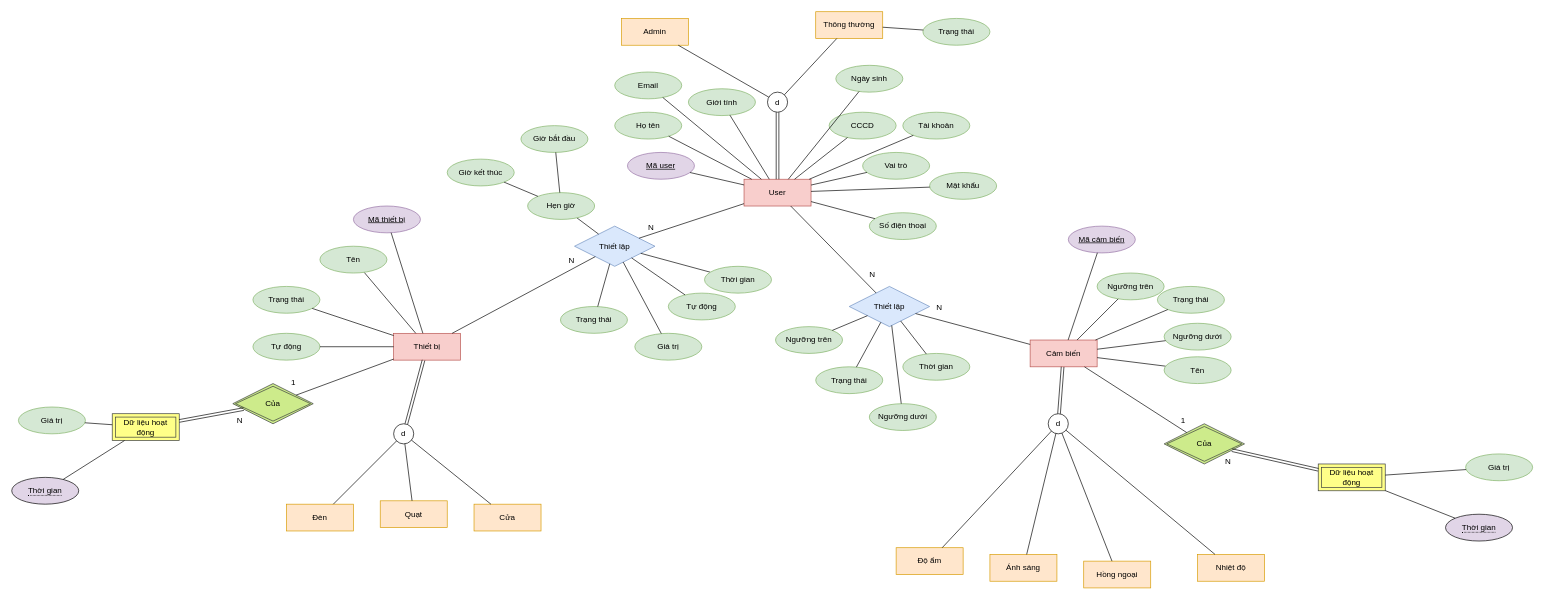
The draw.io diagram page "Main" (1 of 2) of Week 3/ERD.drawio in astr0tas/Smart-Home-CNPM, before the edit. Source tidied: cells renumbered, new cells numbered last; positions are measured from the earlier drawing's top-left corner, leaving out a move shared by most shapes. Both pictures are drawn from the tidied source at 67%, with x=0, y=0 at pixel (11, 11).
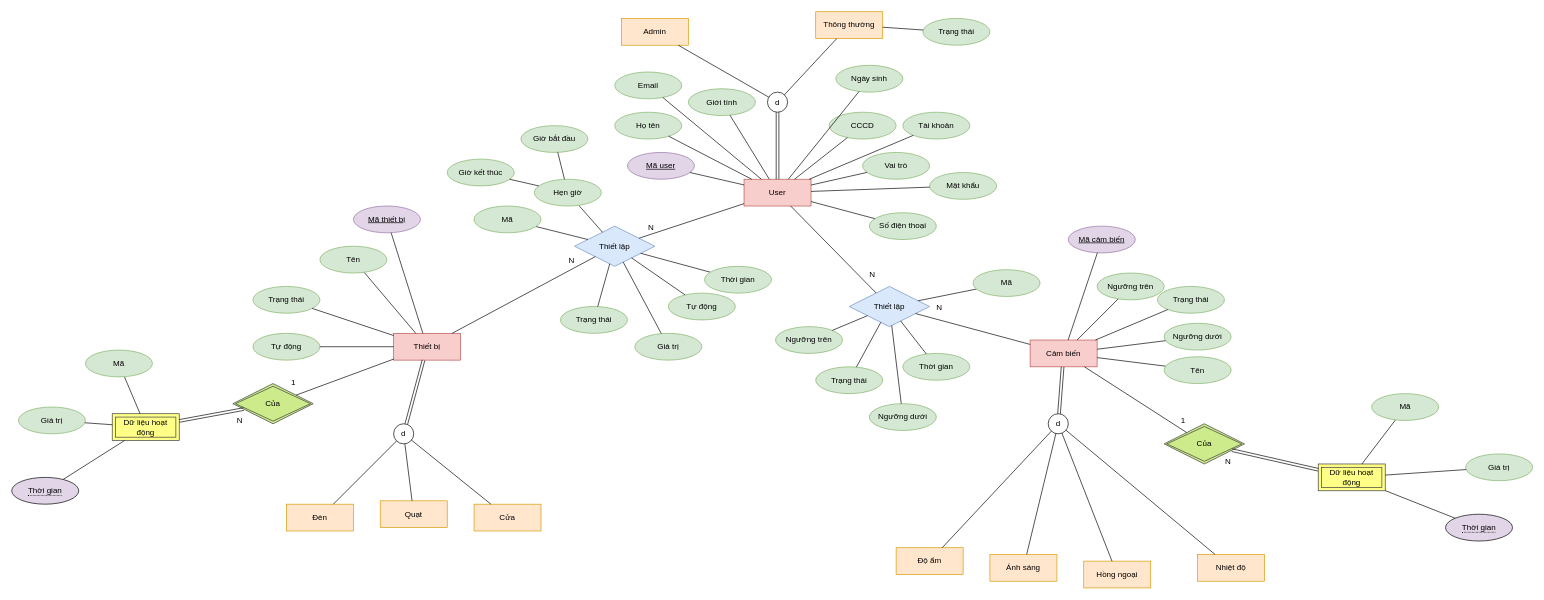
The same page after the edit.

The change refers to these unchanged cells:
```xml
<mxCell id="29" value="Thiết lập" style="shape=rhombus;perimeter=rhombusPerimeter;whiteSpace=wrap;html=1;align=center;fillColor=#dae8fc;strokeColor=#6c8ebf;" parent="1" vertex="1">
  <mxGeometry x="840" y="320" width="120" height="60" as="geometry" />
</mxCell>
<mxCell id="60" value="Dữ liệu hoạt động" style="shape=ext;margin=3;double=1;whiteSpace=wrap;html=1;align=center;fillColor=#ffff88;strokeColor=#36393d;" parent="1" vertex="1">
  <mxGeometry x="1950" y="675" width="100" height="40" as="geometry" />
</mxCell>
<mxCell id="70" value="Dữ liệu hoạt động" style="shape=ext;margin=3;double=1;whiteSpace=wrap;html=1;align=center;fillColor=#ffff88;strokeColor=#36393d;" parent="1" vertex="1">
  <mxGeometry x="150" y="600" width="100" height="40" as="geometry" />
</mxCell>
<mxCell id="80" value="Thiết lập" style="shape=rhombus;perimeter=rhombusPerimeter;whiteSpace=wrap;html=1;align=center;fillColor=#dae8fc;strokeColor=#6c8ebf;" parent="1" vertex="1">
  <mxGeometry x="1250" y="410" width="120" height="60" as="geometry" />
</mxCell>
```

What changed in the source:
```diff
@@
     <mxCell id="116" value="Hẹn giờ" style="ellipse;whiteSpace=wrap;html=1;align=center;fillColor=#d5e8d4;strokeColor=#82b366;" parent="1" vertex="1">
-      <mxGeometry x="770" y="270" width="100" height="40" as="geometry" />
+      <mxGeometry x="780" y="250" width="100" height="40" as="geometry" />
     </mxCell>
@@
+    <mxCell id="121" style="endArrow=none;html=1;rounded=0;" parent="1" edge="1" source="122" target="29">
+      <mxGeometry relative="1" as="geometry" />
+    </mxCell>
+    <mxCell id="122" value="Mã" style="ellipse;whiteSpace=wrap;html=1;align=center;fillColor=#d5e8d4;strokeColor=#82b366;" parent="1" vertex="1">
+      <mxGeometry x="690" y="290" width="100" height="40" as="geometry" />
+    </mxCell>
+    <mxCell id="123" style="endArrow=none;html=1;rounded=0;" parent="1" edge="1" source="124" target="70">
+      <mxGeometry relative="1" as="geometry" />
+    </mxCell>
+    <mxCell id="124" value="Mã" style="ellipse;whiteSpace=wrap;html=1;align=center;fillColor=#d5e8d4;strokeColor=#82b366;" parent="1" vertex="1">
+      <mxGeometry x="110" y="505" width="100" height="40" as="geometry" />
+    </mxCell>
+    <mxCell id="125" style="endArrow=none;html=1;rounded=0;" parent="1" edge="1" source="126" target="60">
+      <mxGeometry relative="1" as="geometry" />
+    </mxCell>
+    <mxCell id="126" value="Mã" style="ellipse;whiteSpace=wrap;html=1;align=center;fillColor=#d5e8d4;strokeColor=#82b366;" parent="1" vertex="1">
+      <mxGeometry x="2029.8" y="570" width="100" height="40" as="geometry" />
+    </mxCell>
+    <mxCell id="127" style="endArrow=none;html=1;rounded=0;" parent="1" edge="1" source="128" target="80">
+      <mxGeometry relative="1" as="geometry" />
+    </mxCell>
+    <mxCell id="128" value="Mã" style="ellipse;whiteSpace=wrap;html=1;align=center;fillColor=#d5e8d4;strokeColor=#82b366;" parent="1" vertex="1">
+      <mxGeometry x="1434.8" y="385" width="100" height="40" as="geometry" />
+    </mxCell>
```
